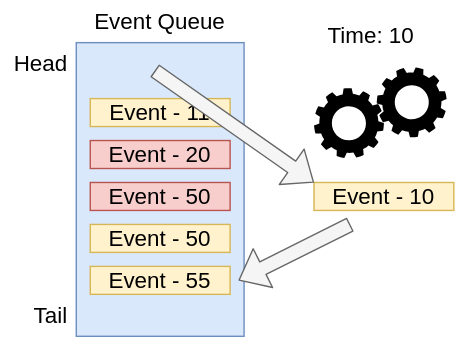
Before: slides/01-Introduction/01-simulation-background-imgs/des-2.drawio.svg, a diagram exported from draw.io (huydinhtran/gem5-2024-bootcamp). Source tidied: cells renumbered, new cells last; positions are measured from the earlier drawing's top-left corner, leaving out a move shared by most shapes.
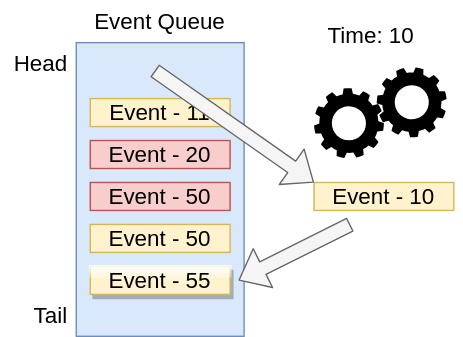
The same file after the commit.

Change to the diagram source:
```diff
@@ -29,7 +29,7 @@
     <mxCell id="10" value="Event - 50" style="rounded=0;whiteSpace=wrap;html=1;fillColor=#fff2cc;strokeColor=#d6b656;fontSize=16;" parent="1" vertex="1">
       <mxGeometry x="64" y="160" width="100" height="20" as="geometry" />
     </mxCell>
-    <mxCell id="11" value="Event - 55" style="rounded=0;whiteSpace=wrap;html=1;fillColor=#fff2cc;strokeColor=#d6b656;fontSize=16;" parent="1" vertex="1">
+    <mxCell id="11" value="Event - 55" style="rounded=0;whiteSpace=wrap;html=1;fillColor=#fff2cc;strokeColor=#d6b656;fontSize=16;shadow=1;glass=1;fillStyle=auto;" parent="1" vertex="1">
       <mxGeometry x="64" y="190" width="100" height="20" as="geometry" />
     </mxCell>
     <mxCell id="12" style="sketch=0;html=1;strokeColor=none;shadow=0;align=center;verticalAlign=top;fillColor=#000000;shape=mxgraph.gcp2.gear;fontSize=16;" parent="1" vertex="1">
```
